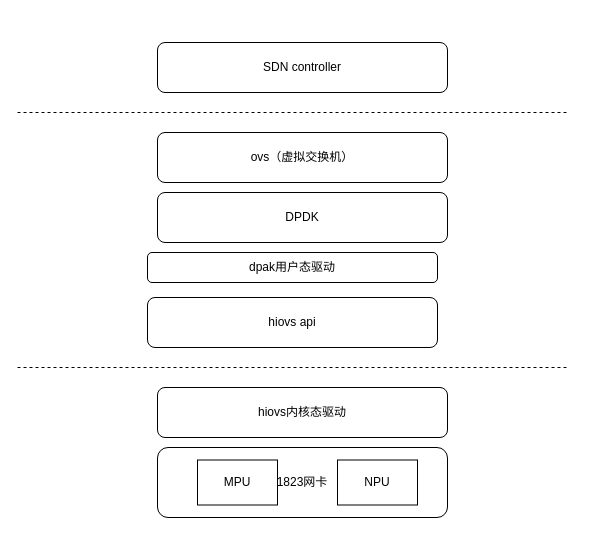
Earlier version of the draw.io diagram ovs.drawio (Aspiresky/draw.io). Source tidied: cells renumbered, new cells numbered last; positions are measured from the earlier drawing's top-left corner, leaving out a move shared by most shapes. Both pictures are drawn from the tidied source at 100%, with x=0, y=0 at pixel (17, 42).
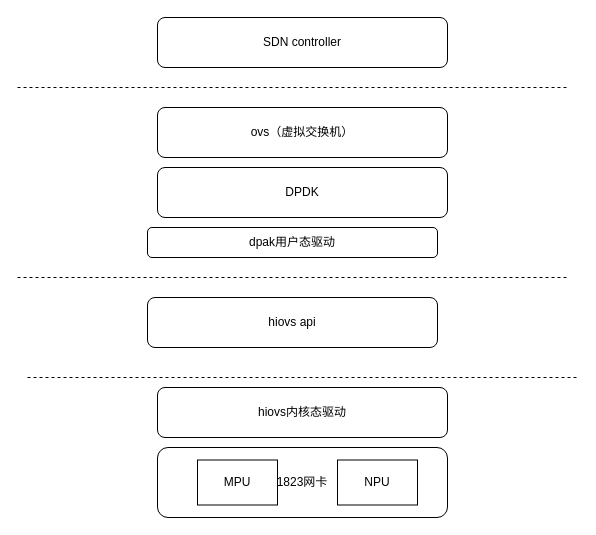
The same diagram, later.

Change to the diagram source:
```diff
@@
 <mxGraphModel>
   <root>
     <mxCell id="0" />
     <mxCell id="1" parent="0" />
     <mxCell id="2" value="DPDK" style="rounded=1;whiteSpace=wrap;html=1;" parent="1" vertex="1">
-      <mxGeometry x="140" y="150" width="290" height="50" as="geometry" />
+      <mxGeometry x="140" y="125" width="290" height="50" as="geometry" />
     </mxCell>
     <mxCell id="3" value="dpak用户态驱动" style="rounded=1;whiteSpace=wrap;html=1;" parent="1" vertex="1">
-      <mxGeometry x="130" y="210" width="290" height="30" as="geometry" />
+      <mxGeometry x="130" y="185" width="290" height="30" as="geometry" />
     </mxCell>
     <mxCell id="4" value="hiovs api" style="rounded=1;whiteSpace=wrap;html=1;" parent="1" vertex="1">
       <mxGeometry x="130" y="255" width="290" height="50" as="geometry" />
     </mxCell>
     <mxCell id="5" value="1823网卡" style="rounded=1;whiteSpace=wrap;html=1;" parent="1" vertex="1">
       <mxGeometry x="140" y="405" width="290" height="70" as="geometry" />
     </mxCell>
     <mxCell id="6" style="endArrow=none;dashed=1;html=1;rounded=0;" parent="1" edge="1">
       <mxGeometry relative="1" as="geometry">
-        <mxPoint y="325" as="sourcePoint" />
-        <mxPoint x="550" y="325" as="targetPoint" />
+        <mxPoint y="235" as="sourcePoint" />
+        <mxPoint x="550" y="235" as="targetPoint" />
       </mxGeometry>
     </mxCell>
     <mxCell id="7" value="hiovs内核态驱动" style="rounded=1;whiteSpace=wrap;html=1;" parent="1" vertex="1">
       <mxGeometry x="140" y="345" width="290" height="50" as="geometry" />
     </mxCell>
     <mxCell id="8" value="NPU" style="rounded=0;whiteSpace=wrap;html=1;" parent="1" vertex="1">
       <mxGeometry x="320" y="417.5" width="80" height="45" as="geometry" />
     </mxCell>
     <mxCell id="9" value="MPU" style="rounded=0;whiteSpace=wrap;html=1;" parent="1" vertex="1">
       <mxGeometry x="180" y="417.5" width="80" height="45" as="geometry" />
     </mxCell>
     <mxCell id="10" value="ovs（虚拟交换机）" style="rounded=1;whiteSpace=wrap;html=1;" parent="1" vertex="1">
-      <mxGeometry x="140" y="90" width="290" height="50" as="geometry" />
+      <mxGeometry x="140" y="65" width="290" height="50" as="geometry" />
     </mxCell>
     <mxCell id="11" style="endArrow=none;dashed=1;html=1;rounded=0;" parent="1" edge="1">
       <mxGeometry relative="1" as="geometry">
-        <mxPoint y="70" as="sourcePoint" />
-        <mxPoint x="550" y="70" as="targetPoint" />
+        <mxPoint y="45" as="sourcePoint" />
+        <mxPoint x="550" y="45" as="targetPoint" />
       </mxGeometry>
     </mxCell>
     <mxCell id="12" value="SDN controller" style="rounded=1;whiteSpace=wrap;html=1;" parent="1" vertex="1">
-      <mxGeometry x="140" width="290" height="50" as="geometry" />
+      <mxGeometry x="140" y="-25" width="290" height="50" as="geometry" />
     </mxCell>
+    <mxCell id="13" style="endArrow=none;dashed=1;html=1;rounded=0;" parent="1" edge="1">
+      <mxGeometry relative="1" as="geometry">
+        <mxPoint x="10" y="335" as="sourcePoint" />
+        <mxPoint x="560" y="335" as="targetPoint" />
+      </mxGeometry>
+    </mxCell>
   </root>
 </mxGraphModel>
```
